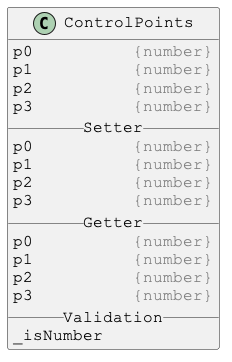
The PlantUML diagram docs/PlantUml/images/ControlPoints.png in Justin-Byrne/canvasLab, before a commit.
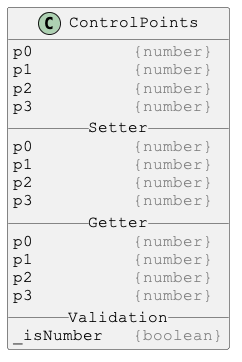
Above is the later version.

What changed in the source:
```diff
@@ -19,7 +19,7 @@
 p2          <color:gray>{number}</color>
 p3          <color:gray>{number}</color>
 __ Validation __
-_isNumber
+_isNumber   <color:gray>{boolean}</color>
 }
 
 @enduml
```
